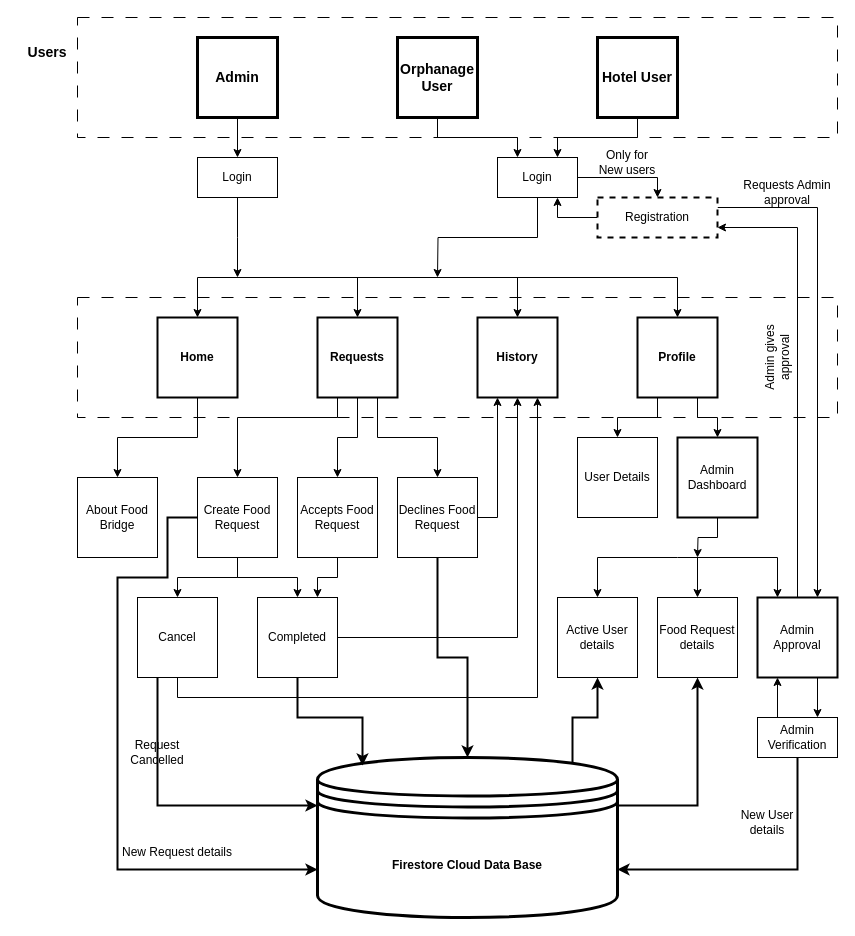
Above: fbReport_2.drawio in Sriram-V-99/MCA-Project- (draw.io), before the change. Source tidied: cells renumbered, new cells numbered last; positions are measured from the earlier drawing's top-left corner, leaving out a move shared by most shapes. Both pictures are drawn from the tidied source at 100%, with x=0, y=0 at pixel (17, 17).
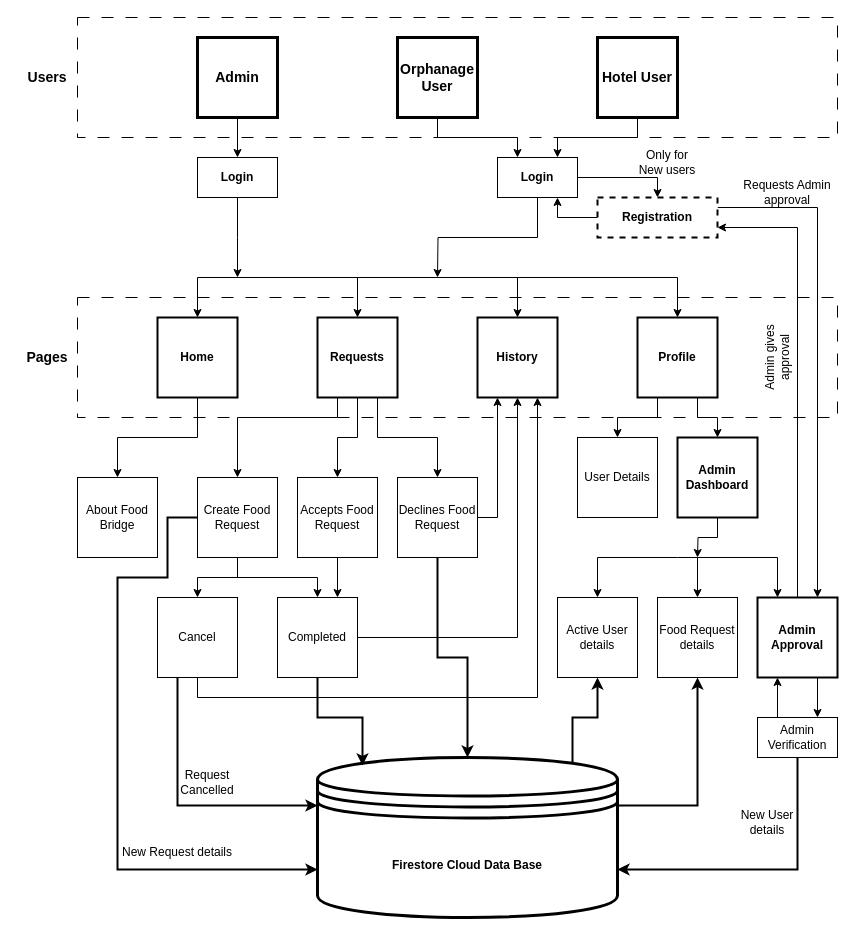
Above is the later version.

The edit, as a diff of the source:
```diff
@@
+    <mxCell id="62" style="rounded=0;whiteSpace=wrap;html=1;fillColor=none;dashed=1;dashPattern=12 12;" parent="1" vertex="1">
+      <mxGeometry x="60" y="280" width="760" height="120" as="geometry" />
+    </mxCell>
+    <mxCell id="60" style="rounded=0;whiteSpace=wrap;html=1;fillColor=none;dashed=1;dashPattern=12 12;" parent="1" vertex="1">
+      <mxGeometry x="60" width="760" height="120" as="geometry" />
+    </mxCell>
@@
-    <mxCell id="29" value="Registration" style="rounded=0;whiteSpace=wrap;html=1;dashed=1;strokeWidth=2;" parent="1" vertex="1">
+    <mxCell id="29" value="&lt;b&gt;Registration&lt;/b&gt;" style="rounded=0;whiteSpace=wrap;html=1;dashed=1;strokeWidth=2;" parent="1" vertex="1">
       <mxGeometry x="580" y="180" width="120" height="40" as="geometry" />
     </mxCell>
@@
-    <mxCell id="31" value="Admin Dashboard" style="whiteSpace=wrap;html=1;strokeWidth=2;" parent="1" vertex="1">
+    <mxCell id="31" value="&lt;b&gt;Admin Dashboard&lt;/b&gt;" style="whiteSpace=wrap;html=1;strokeWidth=2;" parent="1" vertex="1">
       <mxGeometry x="660" y="420" width="80" height="80" as="geometry" />
     </mxCell>
@@
-    <mxCell id="35" value="Admin Approval" style="whiteSpace=wrap;html=1;strokeWidth=2;" parent="1" vertex="1">
+    <mxCell id="35" value="&lt;b&gt;Admin Approval&lt;/b&gt;" style="whiteSpace=wrap;html=1;strokeWidth=2;" parent="1" vertex="1">
       <mxGeometry x="740" y="580" width="80" height="80" as="geometry" />
     </mxCell>
@@
-    <mxCell id="42" value="Login" style="rounded=0;whiteSpace=wrap;html=1;" parent="1" vertex="1">
+    <mxCell id="42" value="&lt;b&gt;Login&lt;/b&gt;" style="rounded=0;whiteSpace=wrap;html=1;" parent="1" vertex="1">
       <mxGeometry x="480" y="140" width="80" height="40" as="geometry" />
     </mxCell>
@@
     <mxCell id="47" value="Cancel" style="whiteSpace=wrap;html=1;" parent="1" vertex="1">
-      <mxGeometry x="120" y="580" width="80" height="80" as="geometry" />
+      <mxGeometry x="140" y="580" width="80" height="80" as="geometry" />
     </mxCell>
@@
     <mxCell id="49" value="Completed" style="whiteSpace=wrap;html=1;" parent="1" vertex="1">
-      <mxGeometry x="240" y="580" width="80" height="80" as="geometry" />
+      <mxGeometry x="260" y="580" width="80" height="80" as="geometry" />
     </mxCell>
@@
-    <mxCell id="51" value="Login" style="rounded=0;whiteSpace=wrap;html=1;" parent="1" vertex="1">
+    <mxCell id="51" value="&lt;b&gt;Login&lt;/b&gt;" style="rounded=0;whiteSpace=wrap;html=1;" parent="1" vertex="1">
       <mxGeometry x="180" y="140" width="80" height="40" as="geometry" />
     </mxCell>
@@
     <mxCell id="58" value="Request Cancelled" style="text;html=1;align=center;verticalAlign=middle;whiteSpace=wrap;rounded=0;" parent="1" vertex="1">
-      <mxGeometry x="110" y="720" width="60" height="30" as="geometry" />
+      <mxGeometry x="160" y="750" width="60" height="30" as="geometry" />
     </mxCell>
@@
-    <mxCell id="60" style="rounded=0;whiteSpace=wrap;html=1;fillColor=none;dashed=1;dashPattern=12 12;" parent="1" vertex="1">
-      <mxGeometry x="60" width="760" height="120" as="geometry" />
-    </mxCell>
     <mxCell id="61" value="&lt;b&gt;&lt;font style=&quot;font-size: 14px;&quot;&gt;Users&lt;/font&gt;&lt;/b&gt;" style="text;html=1;align=center;verticalAlign=middle;whiteSpace=wrap;rounded=0;" parent="1" vertex="1">
-      <mxGeometry y="20" width="60" height="30" as="geometry" />
+      <mxGeometry y="45" width="60" height="30" as="geometry" />
     </mxCell>
-    <mxCell id="62" style="rounded=0;whiteSpace=wrap;html=1;fillColor=none;dashed=1;dashPattern=12 12;" parent="1" vertex="1">
-      <mxGeometry x="60" y="280" width="760" height="120" as="geometry" />
-    </mxCell>
@@
     <mxCell id="66" value="Only for New users" style="text;html=1;align=center;verticalAlign=middle;whiteSpace=wrap;rounded=0;" parent="1" vertex="1">
-      <mxGeometry x="580" y="130" width="60" height="30" as="geometry" />
+      <mxGeometry x="620" y="130" width="60" height="30" as="geometry" />
     </mxCell>
@@
+    <mxCell id="69" value="&lt;b&gt;&lt;font style=&quot;font-size: 14px;&quot;&gt;Pages&lt;/font&gt;&lt;/b&gt;" style="text;html=1;align=center;verticalAlign=middle;whiteSpace=wrap;rounded=0;" parent="1" vertex="1">
+      <mxGeometry y="325" width="60" height="30" as="geometry" />
+    </mxCell>
```
